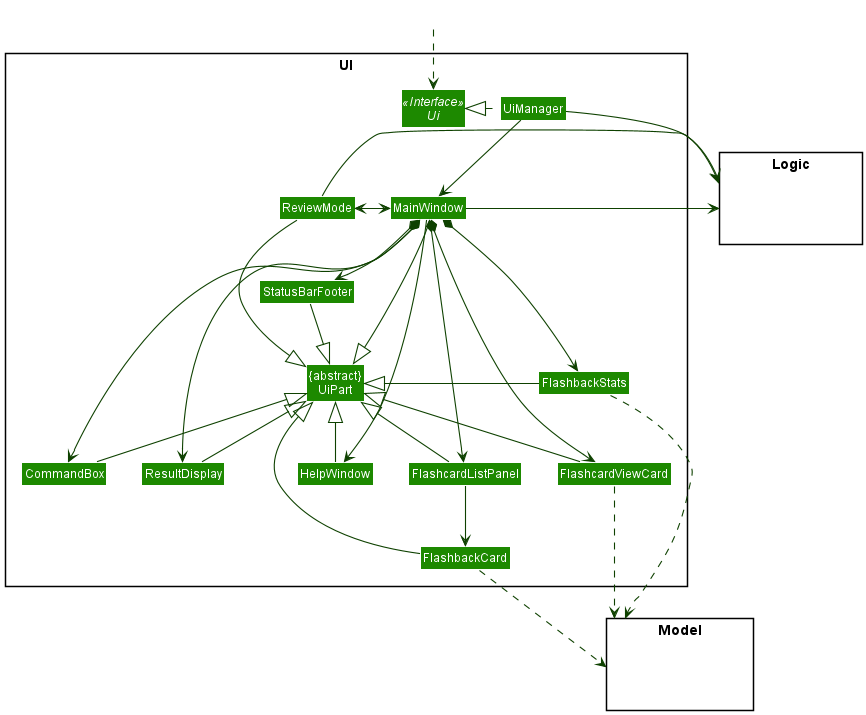
The PlantUML diagram docs/images/UiClassDiagram.png in nus-cs2103-AY2021S2/tp, before a commit. Its source is kept beside it as docs/diagrams/UiClassDiagram.puml.
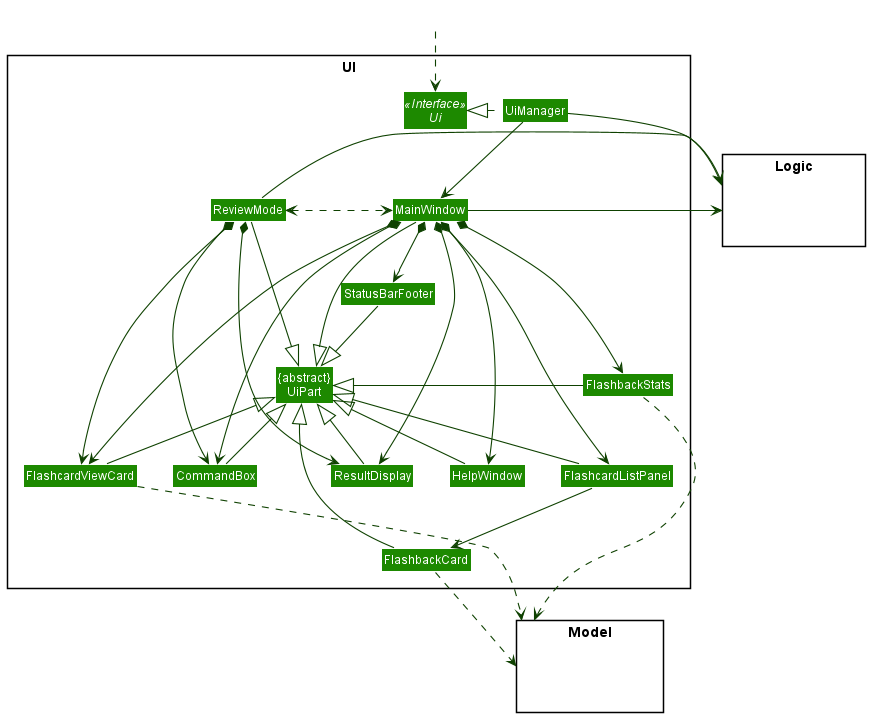
After the commit.

Change to the diagram source:
```diff
@@ -40,7 +40,11 @@
 MainWindow *-down-> ResultDisplay
 MainWindow *-down-> FlashcardListPanel
 MainWindow *-down-> StatusBarFooter
-MainWindow <-left-> ReviewMode
+MainWindow <.left.> ReviewMode
+
+ReviewMode *-down-> CommandBox
+ReviewMode *-down-> ResultDisplay
+ReviewMode *-down-> FlashcardViewCard
 
 FlashcardListPanel -down-> FlashbackCard
 
```
